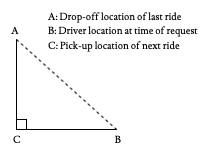
The draw.io diagram img/interride_deadheading.png in tanmaybansal01/projectx_cornell, before a commit. Source tidied: cells renumbered, new cells last; positions are measured from the earlier drawing's top-left corner, leaving out a move shared by most shapes. The source it was exported from:
```xml
<mxGraphModel>
  <root>
    <mxCell id="0" />
    <mxCell id="1" parent="0" />
    <mxCell id="2" style="endArrow=none;html=1;fontSize=10;" parent="1" edge="1">
      <mxGeometry relative="1" as="geometry">
        <mxPoint x="16" y="128" as="sourcePoint" />
        <mxPoint x="116" y="128" as="targetPoint" />
      </mxGeometry>
    </mxCell>
    <mxCell id="3" style="endArrow=none;html=1;fontSize=10;dashed=1;" parent="1" edge="1">
      <mxGeometry relative="1" as="geometry">
        <mxPoint x="16" y="38" as="sourcePoint" />
        <mxPoint x="116" y="128" as="targetPoint" />
      </mxGeometry>
    </mxCell>
    <mxCell id="4" style="endArrow=none;html=1;fontSize=10;" parent="1" edge="1">
      <mxGeometry relative="1" as="geometry">
        <mxPoint x="16" y="38" as="sourcePoint" />
        <mxPoint x="16" y="128" as="targetPoint" />
      </mxGeometry>
    </mxCell>
    <mxCell id="5" value="&lt;font style=&quot;font-size: 10px&quot;&gt;A&lt;/font&gt;" style="text;html=1;strokeColor=none;fillColor=none;align=center;verticalAlign=middle;whiteSpace=wrap;rounded=0;fontSize=10;fontStyle=0;fontFamily=Lusitana;fontSource=https%3A%2F%2Ffonts.googleapis.com%2Fcss%3Ffamily%3DLusitana;" parent="1" vertex="1">
      <mxGeometry y="14" width="30" height="30" as="geometry" />
    </mxCell>
    <mxCell id="6" value="&lt;font style=&quot;font-size: 10px&quot;&gt;C&lt;/font&gt;" style="text;html=1;strokeColor=none;fillColor=none;align=center;verticalAlign=middle;whiteSpace=wrap;rounded=0;fontSize=10;fontStyle=0;fontFamily=Lusitana;fontSource=https%3A%2F%2Ffonts.googleapis.com%2Fcss%3Ffamily%3DLusitana;" parent="1" vertex="1">
      <mxGeometry x="2" y="123" width="30" height="30" as="geometry" />
    </mxCell>
    <mxCell id="7" value="&lt;font style=&quot;font-size: 10px&quot;&gt;B&lt;/font&gt;" style="text;html=1;strokeColor=none;fillColor=none;align=center;verticalAlign=middle;whiteSpace=wrap;rounded=0;fontSize=10;fontStyle=0;fontFamily=Lusitana;fontSource=https%3A%2F%2Ffonts.googleapis.com%2Fcss%3Ffamily%3DLusitana;" parent="1" vertex="1">
      <mxGeometry x="103" y="123" width="30" height="30" as="geometry" />
    </mxCell>
    <mxCell id="8" value="&lt;font face=&quot;Lusitana&quot; style=&quot;font-size: 10px&quot;&gt;A: Drop-off location of last ride&lt;/font&gt;" style="text;html=1;strokeColor=none;fillColor=none;align=left;verticalAlign=middle;whiteSpace=wrap;rounded=0;fontSize=10;fontStyle=0;" parent="1" vertex="1">
      <mxGeometry x="46" y="-0.5" width="160" height="30" as="geometry" />
    </mxCell>
    <mxCell id="9" value="&lt;font face=&quot;Lusitana&quot; style=&quot;font-size: 10px&quot;&gt;B: Driver location at time of request&lt;/font&gt;" style="text;html=1;strokeColor=none;fillColor=none;align=left;verticalAlign=middle;whiteSpace=wrap;rounded=0;fontSize=10;fontStyle=0;" parent="1" vertex="1">
      <mxGeometry x="46" y="13.5" width="160" height="30" as="geometry" />
    </mxCell>
    <mxCell id="10" value="&lt;font face=&quot;Lusitana&quot; style=&quot;font-size: 10px&quot;&gt;C: Pick-up location of next ride&lt;/font&gt;" style="text;html=1;strokeColor=none;fillColor=none;align=left;verticalAlign=middle;whiteSpace=wrap;rounded=0;fontSize=10;fontStyle=0;" parent="1" vertex="1">
      <mxGeometry x="46" y="28.5" width="160" height="30" as="geometry" />
    </mxCell>
    <mxCell id="11" style="rounded=0;whiteSpace=wrap;html=1;labelBackgroundColor=none;fontFamily=Lusitana;fontSource=https%3A%2F%2Ffonts.googleapis.com%2Fcss%3Ffamily%3DLusitana;fontSize=10;align=left;" parent="1" vertex="1">
      <mxGeometry x="16" y="118" width="10" height="10" as="geometry" />
    </mxCell>
  </root>
</mxGraphModel>
```
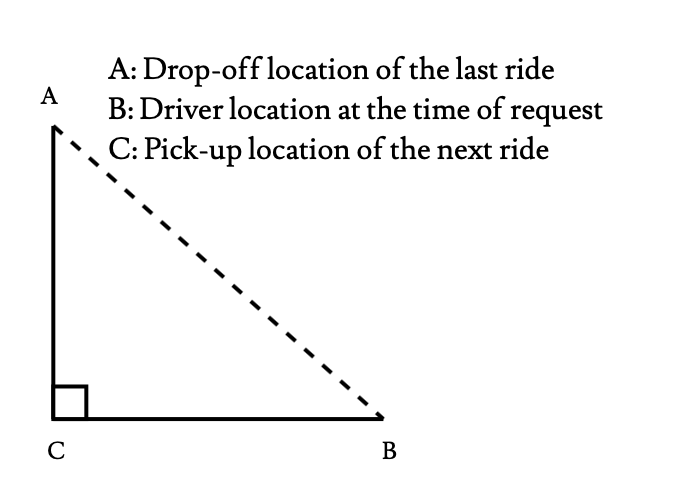
Later version of the same file.

What changed in the source:
```diff
@@ -2,44 +2,47 @@
   <root>
     <mxCell id="0" />
     <mxCell id="1" parent="0" />
-    <mxCell id="2" style="endArrow=none;html=1;fontSize=10;" parent="1" edge="1">
-      <mxGeometry relative="1" as="geometry">
-        <mxPoint x="16" y="128" as="sourcePoint" />
-        <mxPoint x="116" y="128" as="targetPoint" />
-      </mxGeometry>
+    <mxCell id="2" style="group;" parent="1" vertex="1">
+      <mxGeometry x="-214" y="238" width="680" height="500" as="geometry" />
     </mxCell>
-    <mxCell id="3" style="endArrow=none;html=1;fontSize=10;dashed=1;" parent="1" edge="1">
+    <mxCell id="3" style="endArrow=none;html=1;fontSize=10;strokeWidth=4;" parent="2" edge="1">
       <mxGeometry relative="1" as="geometry">
-        <mxPoint x="16" y="38" as="sourcePoint" />
-        <mxPoint x="116" y="128" as="targetPoint" />
+        <mxPoint x="52.8" y="418.6" as="sourcePoint" />
+        <mxPoint x="382.9" y="418.6" as="targetPoint" />
       </mxGeometry>
     </mxCell>
-    <mxCell id="4" style="endArrow=none;html=1;fontSize=10;" parent="1" edge="1">
+    <mxCell id="4" style="endArrow=none;html=1;fontSize=10;dashed=1;strokeWidth=4;" parent="2" edge="1">
       <mxGeometry relative="1" as="geometry">
-        <mxPoint x="16" y="38" as="sourcePoint" />
-        <mxPoint x="16" y="128" as="targetPoint" />
+        <mxPoint x="52.8" y="125.4" as="sourcePoint" />
+        <mxPoint x="382.9" y="418.6" as="targetPoint" />
       </mxGeometry>
     </mxCell>
-    <mxCell id="5" value="&lt;font style=&quot;font-size: 10px&quot;&gt;A&lt;/font&gt;" style="text;html=1;strokeColor=none;fillColor=none;align=center;verticalAlign=middle;whiteSpace=wrap;rounded=0;fontSize=10;fontStyle=0;fontFamily=Lusitana;fontSource=https%3A%2F%2Ffonts.googleapis.com%2Fcss%3Ffamily%3DLusitana;" parent="1" vertex="1">
-      <mxGeometry y="14" width="30" height="30" as="geometry" />
+    <mxCell id="5" style="endArrow=none;html=1;fontSize=10;strokeWidth=4;" parent="2" edge="1">
+      <mxGeometry relative="1" as="geometry">
+        <mxPoint x="52.8" y="125.4" as="sourcePoint" />
+        <mxPoint x="52.8" y="418.6" as="targetPoint" />
+      </mxGeometry>
     </mxCell>
-    <mxCell id="6" value="&lt;font style=&quot;font-size: 10px&quot;&gt;C&lt;/font&gt;" style="text;html=1;strokeColor=none;fillColor=none;align=center;verticalAlign=middle;whiteSpace=wrap;rounded=0;fontSize=10;fontStyle=0;fontFamily=Lusitana;fontSource=https%3A%2F%2Ffonts.googleapis.com%2Fcss%3Ffamily%3DLusitana;" parent="1" vertex="1">
-      <mxGeometry x="2" y="123" width="30" height="30" as="geometry" />
+    <mxCell id="6" value="&lt;font style=&quot;font-size: 24px;&quot;&gt;A&lt;/font&gt;" style="text;html=1;strokeColor=none;fillColor=none;align=center;verticalAlign=middle;whiteSpace=wrap;rounded=0;fontSize=24;fontStyle=0;fontFamily=Lusitana;fontSource=https%3A%2F%2Ffonts.googleapis.com%2Fcss%3Ffamily%3DLusitana;" parent="2" vertex="1">
+      <mxGeometry y="47.2" width="99" height="97.7" as="geometry" />
     </mxCell>
-    <mxCell id="7" value="&lt;font style=&quot;font-size: 10px&quot;&gt;B&lt;/font&gt;" style="text;html=1;strokeColor=none;fillColor=none;align=center;verticalAlign=middle;whiteSpace=wrap;rounded=0;fontSize=10;fontStyle=0;fontFamily=Lusitana;fontSource=https%3A%2F%2Ffonts.googleapis.com%2Fcss%3Ffamily%3DLusitana;" parent="1" vertex="1">
-      <mxGeometry x="103" y="123" width="30" height="30" as="geometry" />
+    <mxCell id="7" value="&lt;font style=&quot;font-size: 24px;&quot;&gt;C&lt;/font&gt;" style="text;html=1;strokeColor=none;fillColor=none;align=center;verticalAlign=middle;whiteSpace=wrap;rounded=0;fontSize=24;fontStyle=0;fontFamily=Lusitana;fontSource=https%3A%2F%2Ffonts.googleapis.com%2Fcss%3Ffamily%3DLusitana;" parent="2" vertex="1">
+      <mxGeometry x="6.6" y="402.3" width="99" height="97.7" as="geometry" />
     </mxCell>
-    <mxCell id="8" value="&lt;font face=&quot;Lusitana&quot; style=&quot;font-size: 10px&quot;&gt;A: Drop-off location of last ride&lt;/font&gt;" style="text;html=1;strokeColor=none;fillColor=none;align=left;verticalAlign=middle;whiteSpace=wrap;rounded=0;fontSize=10;fontStyle=0;" parent="1" vertex="1">
-      <mxGeometry x="46" y="-0.5" width="160" height="30" as="geometry" />
+    <mxCell id="8" value="&lt;font style=&quot;font-size: 24px;&quot;&gt;B&lt;/font&gt;" style="text;html=1;strokeColor=none;fillColor=none;align=center;verticalAlign=middle;whiteSpace=wrap;rounded=0;fontSize=24;fontStyle=0;fontFamily=Lusitana;fontSource=https%3A%2F%2Ffonts.googleapis.com%2Fcss%3Ffamily%3DLusitana;" parent="2" vertex="1">
+      <mxGeometry x="340" y="402.3" width="99" height="97.7" as="geometry" />
     </mxCell>
-    <mxCell id="9" value="&lt;font face=&quot;Lusitana&quot; style=&quot;font-size: 10px&quot;&gt;B: Driver location at time of request&lt;/font&gt;" style="text;html=1;strokeColor=none;fillColor=none;align=left;verticalAlign=middle;whiteSpace=wrap;rounded=0;fontSize=10;fontStyle=0;" parent="1" vertex="1">
-      <mxGeometry x="46" y="13.5" width="160" height="30" as="geometry" />
+    <mxCell id="9" value="&lt;font face=&quot;Lusitana&quot; style=&quot;font-size: 30px;&quot;&gt;A: Drop-off location of the last ride&lt;/font&gt;" style="text;html=1;strokeColor=none;fillColor=none;align=left;verticalAlign=middle;whiteSpace=wrap;rounded=0;fontSize=30;fontStyle=0;" parent="2" vertex="1">
+      <mxGeometry x="105.6" y="20" width="528.2" height="97.7" as="geometry" />
     </mxCell>
-    <mxCell id="10" value="&lt;font face=&quot;Lusitana&quot; style=&quot;font-size: 10px&quot;&gt;C: Pick-up location of next ride&lt;/font&gt;" style="text;html=1;strokeColor=none;fillColor=none;align=left;verticalAlign=middle;whiteSpace=wrap;rounded=0;fontSize=10;fontStyle=0;" parent="1" vertex="1">
-      <mxGeometry x="46" y="28.5" width="160" height="30" as="geometry" />
+    <mxCell id="10" value="&lt;font face=&quot;Lusitana&quot; style=&quot;font-size: 30px;&quot;&gt;B: Driver location at the time of request&lt;/font&gt;" style="text;html=1;strokeColor=none;fillColor=none;align=left;verticalAlign=middle;whiteSpace=wrap;rounded=0;fontSize=30;fontStyle=0;" parent="2" vertex="1">
+      <mxGeometry x="105.6" y="60" width="528.2" height="97.7" as="geometry" />
     </mxCell>
-    <mxCell id="11" style="rounded=0;whiteSpace=wrap;html=1;labelBackgroundColor=none;fontFamily=Lusitana;fontSource=https%3A%2F%2Ffonts.googleapis.com%2Fcss%3Ffamily%3DLusitana;fontSize=10;align=left;" parent="1" vertex="1">
-      <mxGeometry x="16" y="118" width="10" height="10" as="geometry" />
+    <mxCell id="11" value="&lt;font face=&quot;Lusitana&quot; style=&quot;font-size: 30px;&quot;&gt;C: Pick-up location of the next ride&lt;/font&gt;" style="text;html=1;strokeColor=none;fillColor=none;align=left;verticalAlign=middle;whiteSpace=wrap;rounded=0;fontSize=30;fontStyle=0;" parent="2" vertex="1">
+      <mxGeometry x="105.6" y="100" width="528.2" height="97.7" as="geometry" />
     </mxCell>
+    <mxCell id="12" style="rounded=0;whiteSpace=wrap;html=1;labelBackgroundColor=none;fontFamily=Lusitana;fontSource=https%3A%2F%2Ffonts.googleapis.com%2Fcss%3Ffamily%3DLusitana;fontSize=10;align=left;strokeWidth=4;" parent="2" vertex="1">
+      <mxGeometry x="52.8" y="386" width="33" height="32.6" as="geometry" />
+    </mxCell>
   </root>
 </mxGraphModel>
```
